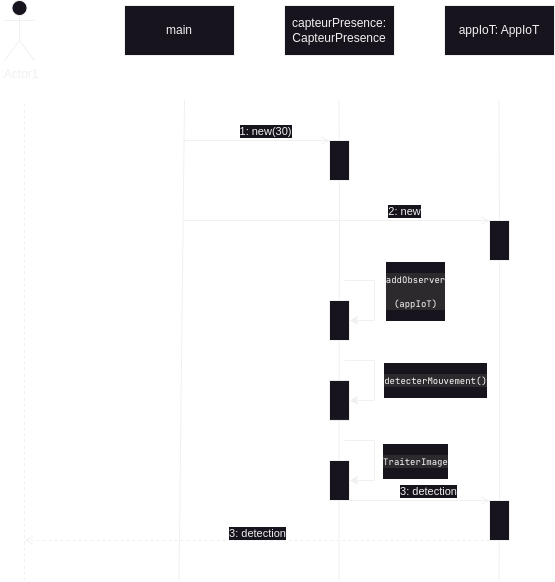
Above: Python/IUT/TD/TD5/Sequence.drawio.png in VictorGrosset/Code_learning (draw.io), before the change. Source tidied: cells renumbered, new cells last; positions are measured from the earlier drawing's top-left corner, leaving out a move shared by most shapes.
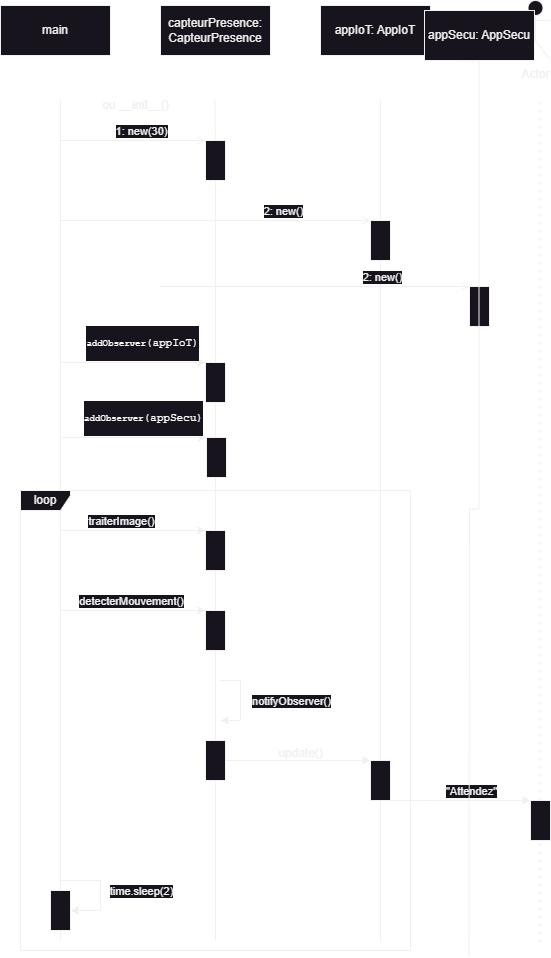
After the change.

Diff of the diagram source:
```diff
@@ -2,9 +2,6 @@
   <root>
     <mxCell id="0" />
     <mxCell id="1" parent="0" />
-    <mxCell id="2" value=":Actor1&lt;br&gt;" style="shape=umlActor;verticalLabelPosition=bottom;verticalAlign=top;html=1;" parent="1" vertex="1">
-      <mxGeometry width="30" height="60" as="geometry" />
-    </mxCell>
     <mxCell id="3" value="main" style="html=1;whiteSpace=wrap;" parent="1" vertex="1">
       <mxGeometry x="120" y="5" width="110" height="50" as="geometry" />
     </mxCell>
@@ -14,20 +11,14 @@
     <mxCell id="5" value="appIoT: AppIoT" style="html=1;whiteSpace=wrap;" parent="1" vertex="1">
       <mxGeometry x="440" y="5" width="110" height="50" as="geometry" />
     </mxCell>
-    <mxCell id="6" style="endArrow=none;dashed=1;html=1;rounded=0;" parent="1" edge="1">
-      <mxGeometry relative="1" as="geometry">
-        <mxPoint x="20" y="580" as="sourcePoint" />
-        <mxPoint x="20" y="100" as="targetPoint" />
-      </mxGeometry>
-    </mxCell>
     <mxCell id="7" style="endArrow=none;html=1;rounded=0;" parent="1" edge="1" source="12">
       <mxGeometry relative="1" as="geometry">
         <mxPoint x="334.5" y="100" as="targetPoint" />
       </mxGeometry>
     </mxCell>
-    <mxCell id="8" style="endArrow=none;html=1;rounded=0;" parent="1" edge="1" source="14">
+    <mxCell id="8" style="endArrow=none;html=1;rounded=0;" parent="1" edge="1" source="43">
       <mxGeometry relative="1" as="geometry">
-        <mxPoint x="494.5" y="100" as="targetPoint" />
+        <mxPoint x="500" y="100" as="targetPoint" />
       </mxGeometry>
     </mxCell>
     <mxCell id="9" style="endArrow=open;html=1;rounded=0;entryX=0;entryY=0;entryDx=0;entryDy=0;endFill=0;" parent="1" edge="1" target="12">
@@ -40,115 +31,206 @@
         <mxPoint x="6" y="-9" as="offset" />
       </mxGeometry>
     </mxCell>
-    <mxCell id="11" style="endArrow=none;html=1;rounded=0;" parent="1" edge="1" target="12">
-      <mxGeometry relative="1" as="geometry">
-        <mxPoint x="334.5" y="580" as="sourcePoint" />
-      </mxGeometry>
+    <mxCell id="11" style="endArrow=none;html=1;rounded=0;" parent="1" edge="1" source="51" target="12">
+      <mxGeometry relative="1" as="geometry" />
     </mxCell>
     <mxCell id="12" style="rounded=0;whiteSpace=wrap;html=1;" parent="1" vertex="1">
       <mxGeometry x="325" y="140" width="20" height="40" as="geometry" />
     </mxCell>
-    <mxCell id="13" style="endArrow=none;html=1;rounded=0;" parent="1" edge="1" source="30" target="14">
-      <mxGeometry relative="1" as="geometry" />
-    </mxCell>
-    <mxCell id="14" style="rounded=0;whiteSpace=wrap;html=1;" parent="1" vertex="1">
-      <mxGeometry x="485" y="220" width="20" height="40" as="geometry" />
-    </mxCell>
-    <mxCell id="15" style="endArrow=open;html=1;rounded=0;entryX=0;entryY=0;entryDx=0;entryDy=0;endFill=0;" parent="1" edge="1" target="14">
+    <mxCell id="15" style="endArrow=open;html=1;rounded=0;endFill=0;entryX=0;entryY=0;entryDx=0;entryDy=0;" parent="1" edge="1" target="43">
       <mxGeometry relative="1" as="geometry">
         <mxPoint x="180" y="220" as="sourcePoint" />
       </mxGeometry>
     </mxCell>
-    <mxCell id="16" value="2: new" style="edgeLabel;html=1;align=center;verticalAlign=middle;" parent="15" vertex="1">
+    <mxCell id="16" value="2: new()" style="edgeLabel;html=1;align=center;verticalAlign=middle;" parent="15" vertex="1">
       <mxGeometry x="0.44" relative="1" as="geometry">
         <mxPoint y="-10" as="offset" />
       </mxGeometry>
     </mxCell>
-    <mxCell id="17" style="endArrow=none;html=1;rounded=0;" parent="1" edge="1">
+    <mxCell id="17" style="endArrow=none;html=1;rounded=0;exitX=0.5;exitY=0;exitDx=0;exitDy=0;" parent="1" edge="1" source="47">
       <mxGeometry relative="1" as="geometry">
-        <mxPoint x="174.5" y="580" as="sourcePoint" />
         <mxPoint x="180" y="100" as="targetPoint" />
       </mxGeometry>
     </mxCell>
     <mxCell id="18" style="rounded=0;whiteSpace=wrap;html=1;" parent="1" vertex="1">
-      <mxGeometry x="325" y="300" width="20" height="40" as="geometry" />
+      <mxGeometry x="325" y="362" width="20" height="40" as="geometry" />
     </mxCell>
-    <mxCell id="19" style="endArrow=classic;html=1;rounded=0;entryX=1;entryY=0.5;entryDx=0;entryDy=0;" parent="1" edge="1" target="18">
-      <mxGeometry relative="1" as="geometry">
-        <mxPoint x="340" y="280" as="sourcePoint" />
-        <Array as="points">
-          <mxPoint x="370" y="280" />
-          <mxPoint x="370" y="320" />
-        </Array>
-      </mxGeometry>
-    </mxCell>
+    <mxCell id="33" style="rounded=0;whiteSpace=wrap;html=1;" parent="1" vertex="1">
+      <mxGeometry x="325" y="530" width="20" height="40" as="geometry" />
+    </mxCell>
+    <mxCell id="34" style="rounded=0;whiteSpace=wrap;html=1;" parent="1" vertex="1">
+      <mxGeometry x="325" y="610" width="20" height="40" as="geometry" />
+    </mxCell>
+    <mxCell id="35" value="loop" style="shape=umlFrame;whiteSpace=wrap;html=1;width=50;height=20;" parent="1" vertex="1">
+      <mxGeometry x="140" y="490" width="390" height="460" as="geometry" />
+    </mxCell>
+    <mxCell id="36" style="endArrow=classic;html=1;rounded=0;" parent="1" edge="1">
+      <mxGeometry relative="1" as="geometry">
+        <mxPoint x="180" y="530" as="sourcePoint" />
+        <mxPoint x="325" y="530" as="targetPoint" />
+      </mxGeometry>
+    </mxCell>
+    <mxCell id="37" value="traiterImage()" style="edgeLabel;html=1;align=center;verticalAlign=middle;" parent="36" vertex="1">
+      <mxGeometry x="0.4" y="4" relative="1" as="geometry">
+        <mxPoint x="-41" y="-6" as="offset" />
+      </mxGeometry>
+    </mxCell>
+    <mxCell id="38" style="endArrow=classic;html=1;rounded=0;" parent="1" edge="1">
+      <mxGeometry relative="1" as="geometry">
+        <mxPoint x="180" y="610" as="sourcePoint" />
+        <mxPoint x="325" y="610" as="targetPoint" />
+      </mxGeometry>
+    </mxCell>
+    <mxCell id="23" value="detecterMouvement()" style="edgeLabel;html=1;align=center;verticalAlign=middle;" parent="38" vertex="1">
+      <mxGeometry x="0.4" y="4" relative="1" as="geometry">
+        <mxPoint x="-31" y="-6" as="offset" />
+      </mxGeometry>
+    </mxCell>
+    <mxCell id="39" style="endArrow=classic;html=1;rounded=0;endFill=1;" parent="1" edge="1">
+      <mxGeometry relative="1" as="geometry">
+        <mxPoint x="340" y="680" as="sourcePoint" />
+        <mxPoint x="340" y="720" as="targetPoint" />
+        <Array as="points">
+          <mxPoint x="360" y="680" />
+          <mxPoint x="360" y="720" />
+        </Array>
+      </mxGeometry>
+    </mxCell>
+    <mxCell id="40" value="notifyObserver()" style="edgeLabel;html=1;align=center;verticalAlign=middle;" parent="39" vertex="1">
+      <mxGeometry x="0.4" y="4" relative="1" as="geometry">
+        <mxPoint x="46" y="-16" as="offset" />
+      </mxGeometry>
+    </mxCell>
+    <mxCell id="41" style="endArrow=classic;html=1;rounded=0;entryX=0;entryY=0;entryDx=0;entryDy=0;" parent="1" edge="1" target="18">
+      <mxGeometry relative="1" as="geometry">
+        <mxPoint x="180" y="362" as="sourcePoint" />
+      </mxGeometry>
+    </mxCell>
-    <mxCell id="20" value="&lt;div style=&quot;background-color:#2d2a2e;color:#fcfcfa&quot;&gt;&lt;pre style=&quot;font-family:'JetBrains Mono',monospace;font-size:9,8pt;&quot;&gt;&lt;font style=&quot;font-size: 9px;&quot;&gt;addObserver&lt;/font&gt;&lt;/pre&gt;&lt;pre style=&quot;font-family:'JetBrains Mono',monospace;font-size:9,8pt;&quot;&gt;&lt;font style=&quot;font-size: 9px;&quot;&gt;(appIoT)&lt;/font&gt;&lt;/pre&gt;&lt;/div&gt;" style="edgeLabel;html=1;align=center;verticalAlign=middle;" parent="19" vertex="1">
-      <mxGeometry x="-0.12" y="2" relative="1" as="geometry">
-        <mxPoint x="38" y="-2" as="offset" />
+    <mxCell id="20" value="&lt;pre style=&quot;color: rgb(252, 252, 250); font-family: &amp;quot;JetBrains Mono&amp;quot;, monospace;&quot;&gt;&lt;font style=&quot;font-size: 9px;&quot;&gt;addObserver&lt;/font&gt;(appIoT)&lt;/pre&gt;" style="edgeLabel;html=1;align=center;verticalAlign=middle;" parent="41" vertex="1">
+      <mxGeometry x="0.22" y="2" relative="1" as="geometry">
+        <mxPoint x="-8" y="-18" as="offset" />
       </mxGeometry>
     </mxCell>
-    <mxCell id="21" style="rounded=0;whiteSpace=wrap;html=1;" parent="1" vertex="1">
-      <mxGeometry x="325" y="379.9" width="20" height="40" as="geometry" />
-    </mxCell>
-    <mxCell id="22" style="endArrow=classic;html=1;rounded=0;entryX=1;entryY=0.5;entryDx=0;entryDy=0;" parent="1" edge="1" target="21">
-      <mxGeometry relative="1" as="geometry">
-        <mxPoint x="340" y="359.9" as="sourcePoint" />
-        <Array as="points">
-          <mxPoint x="370" y="359.9" />
-          <mxPoint x="370" y="399.9" />
-        </Array>
-      </mxGeometry>
-    </mxCell>
-    <mxCell id="23" value="&lt;div style=&quot;background-color:#2d2a2e;color:#fcfcfa&quot;&gt;&lt;pre style=&quot;font-family:'JetBrains Mono',monospace;font-size:9,8pt;&quot;&gt;&lt;font style=&quot;font-size: 9px;&quot;&gt;detecterMouvement()&lt;/font&gt;&lt;/pre&gt;&lt;/div&gt;" style="edgeLabel;html=1;align=center;verticalAlign=middle;" parent="22" vertex="1">
-      <mxGeometry x="-0.12" y="2" relative="1" as="geometry">
-        <mxPoint x="58" y="8" as="offset" />
-      </mxGeometry>
-    </mxCell>
-    <mxCell id="24" style="rounded=0;whiteSpace=wrap;html=1;" parent="1" vertex="1">
-      <mxGeometry x="325" y="460" width="20" height="40" as="geometry" />
-    </mxCell>
-    <mxCell id="25" style="endArrow=classic;html=1;rounded=0;entryX=1;entryY=0.5;entryDx=0;entryDy=0;" parent="1" edge="1" target="24">
-      <mxGeometry relative="1" as="geometry">
-        <mxPoint x="340" y="440" as="sourcePoint" />
-        <Array as="points">
-          <mxPoint x="370" y="440" />
-          <mxPoint x="370" y="480" />
-        </Array>
-      </mxGeometry>
-    </mxCell>
-    <mxCell id="26" value="&lt;div style=&quot;background-color:#2d2a2e;color:#fcfcfa&quot;&gt;&lt;pre style=&quot;font-family:'JetBrains Mono',monospace;font-size:9,8pt;&quot;&gt;&lt;font style=&quot;font-size: 9px;&quot;&gt;TraiterImage&lt;/font&gt;&lt;/pre&gt;&lt;/div&gt;" style="edgeLabel;html=1;align=center;verticalAlign=middle;" parent="25" vertex="1">
-      <mxGeometry x="-0.12" y="2" relative="1" as="geometry">
-        <mxPoint x="38" y="8" as="offset" />
-      </mxGeometry>
-    </mxCell>
-    <mxCell id="27" style="endArrow=open;html=1;rounded=0;entryX=0;entryY=0;entryDx=0;entryDy=0;endFill=0;" parent="1" edge="1" target="30">
-      <mxGeometry relative="1" as="geometry">
-        <mxPoint x="345" y="500" as="sourcePoint" />
-      </mxGeometry>
-    </mxCell>
-    <mxCell id="28" value="3: detection" style="edgeLabel;html=1;align=center;verticalAlign=middle;" parent="27" vertex="1">
-      <mxGeometry x="0.03" y="1" relative="1" as="geometry">
-        <mxPoint x="6" y="-9" as="offset" />
-      </mxGeometry>
-    </mxCell>
-    <mxCell id="29" style="endArrow=none;html=1;rounded=0;" parent="1" edge="1" target="30">
-      <mxGeometry relative="1" as="geometry">
-        <mxPoint x="494.5" y="580" as="sourcePoint" />
-      </mxGeometry>
-    </mxCell>
-    <mxCell id="30" style="rounded=0;whiteSpace=wrap;html=1;" parent="1" vertex="1">
-      <mxGeometry x="485" y="500" width="20" height="40" as="geometry" />
-    </mxCell>
-    <mxCell id="31" style="endArrow=open;html=1;rounded=0;endFill=0;dashed=1;" parent="1" edge="1">
-      <mxGeometry relative="1" as="geometry">
-        <mxPoint x="485" y="540" as="sourcePoint" />
-        <mxPoint x="20" y="540" as="targetPoint" />
-      </mxGeometry>
-    </mxCell>
-    <mxCell id="32" value="3: detection" style="edgeLabel;html=1;align=center;verticalAlign=middle;" parent="31" vertex="1">
-      <mxGeometry x="0.03" y="1" relative="1" as="geometry">
-        <mxPoint x="6" y="-9" as="offset" />
-      </mxGeometry>
-    </mxCell>
+    <mxCell id="42" style="endArrow=none;html=1;rounded=0;" parent="1" edge="1" source="55" target="43">
+      <mxGeometry relative="1" as="geometry" />
+    </mxCell>
+    <mxCell id="43" style="rounded=0;whiteSpace=wrap;html=1;" parent="1" vertex="1">
+      <mxGeometry x="490" y="220" width="20" height="40" as="geometry" />
+    </mxCell>
+    <mxCell id="44" style="edgeStyle=orthogonalEdgeStyle;rounded=0;jettySize=auto;html=1;exitX=0.5;exitY=1;exitDx=0;exitDy=0;endArrow=none;endFill=0;" parent="1" edge="1" source="47">
+      <mxGeometry relative="1" as="geometry">
+        <mxPoint x="180" y="940" as="targetPoint" />
+      </mxGeometry>
+    </mxCell>
+    <mxCell id="45" style="endArrow=classic;html=1;rounded=0;endFill=1;entryX=1;entryY=0.5;entryDx=0;entryDy=0;" parent="1" edge="1" target="47">
+      <mxGeometry relative="1" as="geometry">
+        <mxPoint x="180" y="880" as="sourcePoint" />
+        <Array as="points">
+          <mxPoint x="220" y="880" />
+          <mxPoint x="220" y="910" />
+        </Array>
+      </mxGeometry>
+    </mxCell>
+    <mxCell id="46" value="time.sleep(2)" style="edgeLabel;html=1;align=center;verticalAlign=middle;" parent="45" vertex="1">
+      <mxGeometry y="3" relative="1" as="geometry">
+        <mxPoint x="37" as="offset" />
+      </mxGeometry>
+    </mxCell>
+    <mxCell id="47" style="rounded=0;whiteSpace=wrap;html=1;" parent="1" vertex="1">
+      <mxGeometry x="170" y="890" width="20" height="40" as="geometry" />
+    </mxCell>
+    <mxCell id="48" value="ou __init__()" style="text;html=1;align=center;verticalAlign=middle;strokeColor=none;fillColor=none;" parent="1" vertex="1">
+      <mxGeometry x="210" y="90" width="90" height="30" as="geometry" />
+    </mxCell>
+    <mxCell id="49" style="endArrow=none;html=1;rounded=0;" parent="1" edge="1" target="51">
+      <mxGeometry relative="1" as="geometry">
+        <mxPoint x="335" y="940" as="sourcePoint" />
+      </mxGeometry>
+    </mxCell>
+    <mxCell id="50" style="edgeStyle=orthogonalEdgeStyle;rounded=0;jettySize=auto;html=1;exitX=1;exitY=0.5;exitDx=0;exitDy=0;entryX=0;entryY=0;entryDx=0;entryDy=0;" parent="1" edge="1" source="51" target="55">
+      <mxGeometry relative="1" as="geometry">
+        <Array as="points">
+          <mxPoint x="490" y="760" />
+        </Array>
+      </mxGeometry>
+    </mxCell>
+    <mxCell id="51" style="rounded=0;whiteSpace=wrap;html=1;" parent="1" vertex="1">
+      <mxGeometry x="325" y="740" width="20" height="40" as="geometry" />
+    </mxCell>
+    <mxCell id="52" style="endArrow=none;html=1;rounded=0;" parent="1" edge="1" target="55">
+      <mxGeometry relative="1" as="geometry">
+        <mxPoint x="500" y="940.7" as="sourcePoint" />
+      </mxGeometry>
+    </mxCell>
+    <mxCell id="53" style="edgeStyle=orthogonalEdgeStyle;rounded=0;jettySize=auto;html=1;exitX=1;exitY=1;exitDx=0;exitDy=0;entryX=0;entryY=0;entryDx=0;entryDy=0;" parent="1" edge="1" source="55" target="60">
+      <mxGeometry relative="1" as="geometry">
+        <Array as="points">
+          <mxPoint x="550" y="800" />
+          <mxPoint x="550" y="800" />
+        </Array>
+      </mxGeometry>
+    </mxCell>
+    <mxCell id="54" value="&quot;Attendez&quot;" style="edgeLabel;html=1;align=center;verticalAlign=middle;" parent="53" vertex="1">
+      <mxGeometry x="0.33" relative="1" as="geometry">
+        <mxPoint x="-13" y="-10" as="offset" />
+      </mxGeometry>
+    </mxCell>
+    <mxCell id="55" style="rounded=0;whiteSpace=wrap;html=1;" parent="1" vertex="1">
+      <mxGeometry x="490" y="760" width="20" height="40" as="geometry" />
+    </mxCell>
+    <mxCell id="56" value="update()" style="text;html=1;align=center;verticalAlign=middle;strokeColor=none;fillColor=none;" parent="1" vertex="1">
+      <mxGeometry x="385" y="738" width="70" height="30" as="geometry" />
+    </mxCell>
+    <mxCell id="57" value="Actor" style="shape=umlActor;verticalLabelPosition=bottom;verticalAlign=top;html=1;" parent="1" vertex="1">
+      <mxGeometry x="640" width="30" height="60" as="geometry" />
+    </mxCell>
+    <mxCell id="58" style="endArrow=none;dashed=1;html=1;dashPattern=1 3;strokeWidth=2;rounded=0;" parent="1" edge="1" source="60">
+      <mxGeometry relative="1" as="geometry">
+        <mxPoint x="660" y="100" as="targetPoint" />
+      </mxGeometry>
+    </mxCell>
+    <mxCell id="59" style="endArrow=none;dashed=1;html=1;dashPattern=1 3;strokeWidth=2;rounded=0;" parent="1" edge="1" target="60">
+      <mxGeometry relative="1" as="geometry">
+        <mxPoint x="660" y="941.4" as="sourcePoint" />
+      </mxGeometry>
+    </mxCell>
+    <mxCell id="60" style="rounded=0;whiteSpace=wrap;html=1;" parent="1" vertex="1">
+      <mxGeometry x="650" y="800" width="20" height="40" as="geometry" />
+    </mxCell>
+    <mxCell id="61" style="rounded=0;whiteSpace=wrap;html=1;" parent="1" vertex="1">
+      <mxGeometry x="326" y="437" width="20" height="40" as="geometry" />
+    </mxCell>
+    <mxCell id="62" style="endArrow=classic;html=1;rounded=0;entryX=0;entryY=0;entryDx=0;entryDy=0;" parent="1" edge="1" target="61">
+      <mxGeometry relative="1" as="geometry">
+        <mxPoint x="181" y="437" as="sourcePoint" />
+      </mxGeometry>
+    </mxCell>
+    <mxCell id="63" value="&lt;pre style=&quot;color: rgb(252, 252, 250); font-family: &amp;quot;JetBrains Mono&amp;quot;, monospace;&quot;&gt;&lt;font style=&quot;font-size: 9px;&quot;&gt;addObserver&lt;/font&gt;(appSecu)&lt;/pre&gt;" style="edgeLabel;html=1;align=center;verticalAlign=middle;" parent="62" vertex="1">
+      <mxGeometry x="0.22" y="2" relative="1" as="geometry">
+        <mxPoint x="-8" y="-18" as="offset" />
+      </mxGeometry>
+    </mxCell>
+    <mxCell id="64" style="endArrow=open;html=1;rounded=0;endFill=0;entryX=0;entryY=0;entryDx=0;entryDy=0;" parent="1" edge="1" target="66">
+      <mxGeometry relative="1" as="geometry">
+        <mxPoint x="279" y="286" as="sourcePoint" />
+      </mxGeometry>
+    </mxCell>
+    <mxCell id="65" value="2: new()" style="edgeLabel;html=1;align=center;verticalAlign=middle;" parent="64" vertex="1">
+      <mxGeometry x="0.44" relative="1" as="geometry">
+        <mxPoint y="-10" as="offset" />
+      </mxGeometry>
+    </mxCell>
+    <mxCell id="66" style="rounded=0;whiteSpace=wrap;html=1;" parent="1" vertex="1">
+      <mxGeometry x="589" y="286" width="20" height="40" as="geometry" />
+    </mxCell>
+    <mxCell id="67" style="edgeStyle=orthogonalEdgeStyle;rounded=0;orthogonalLoop=1;jettySize=auto;html=1;exitX=0.5;exitY=1;exitDx=0;exitDy=0;endArrow=none;endFill=0;" parent="1" edge="1">
+      <mxGeometry relative="1" as="geometry">
+        <mxPoint x="577.5" y="60" as="sourcePoint" />
+        <mxPoint x="588.5" y="955.9" as="targetPoint" />
+      </mxGeometry>
+    </mxCell>
+    <mxCell id="68" value="appSecu: AppSecu" style="html=1;whiteSpace=wrap;" parent="1" vertex="1">
+      <mxGeometry x="544" y="10" width="110" height="50" as="geometry" />
+    </mxCell>
   </root>
 </mxGraphModel>
```
